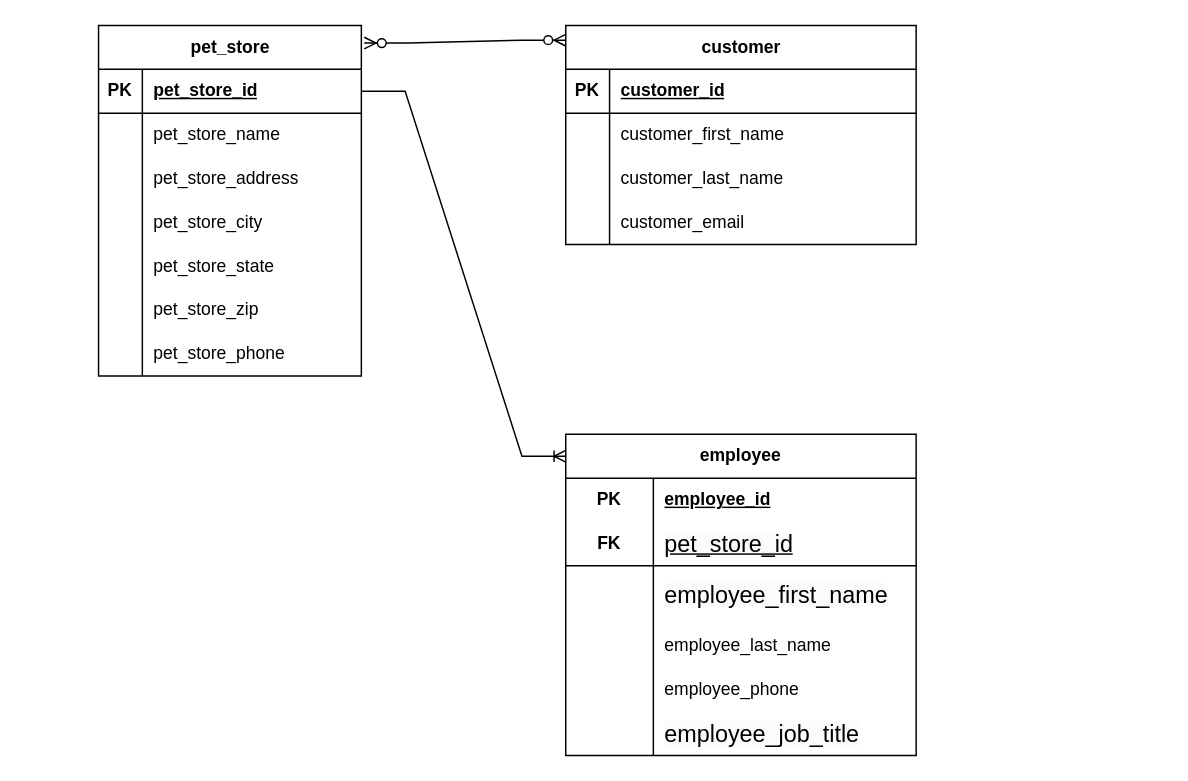
Earlier version of the draw.io diagram target/classes/Pet Store.drawio (RunningBaldMan/Pet_Store). Source tidied: cells renumbered, new cells numbered last; positions are measured from the earlier drawing's top-left corner, leaving out a move shared by most shapes. Both pictures are drawn from the tidied source at 146%, with x=0, y=0 at pixel (98, -92).
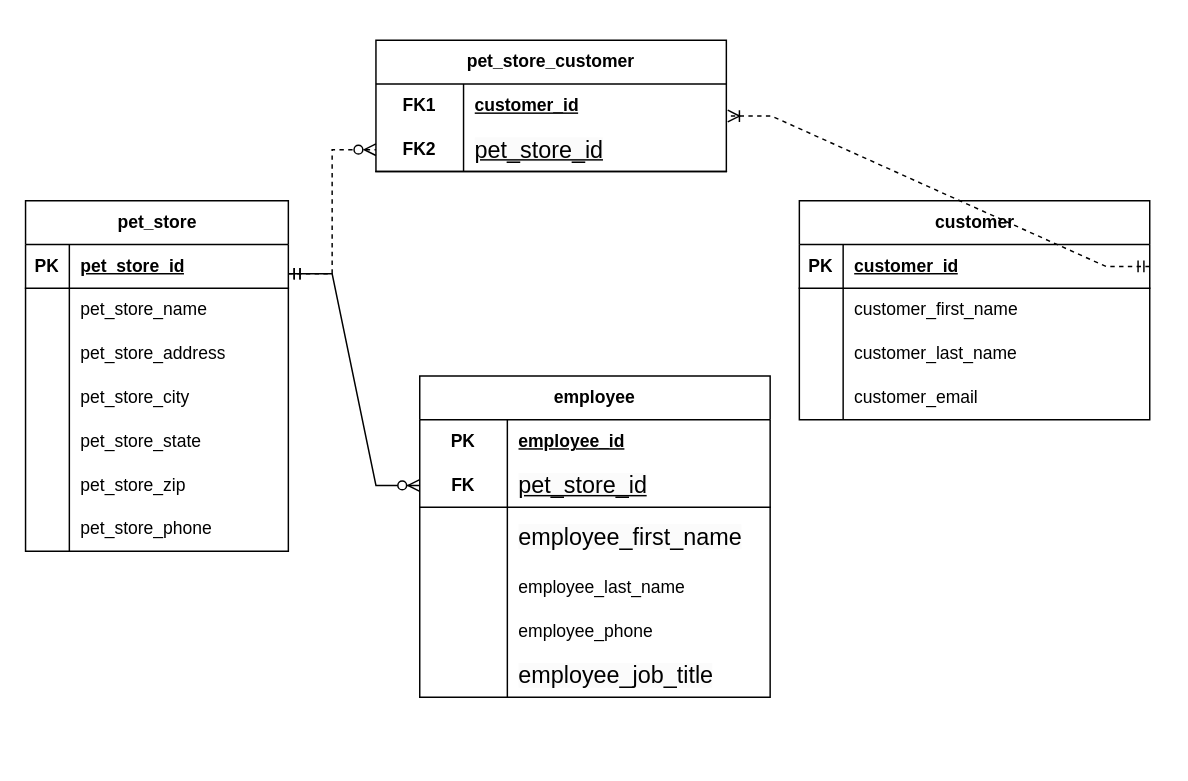
The same page after the edit.

The change refers to these unchanged cells:
```xml
<mxCell id="3" style="shape=tableRow;horizontal=0;startSize=0;swimlaneHead=0;swimlaneBody=0;fillColor=none;points=[[0,0.5],[1,0.5]];portConstraint=eastwest;top=0;left=0;right=0;bottom=1;" parent="2" vertex="1">
  <mxGeometry y="30" width="180" height="30" as="geometry" />
</mxCell>
<mxCell id="28" style="shape=tableRow;horizontal=0;startSize=0;swimlaneHead=0;swimlaneBody=0;fillColor=none;points=[[0,0.5],[1,0.5]];portConstraint=eastwest;top=0;left=0;right=0;bottom=1;html=1;" parent="24" vertex="1">
  <mxGeometry y="60" width="240" height="30" as="geometry" />
</mxCell>
<mxCell id="44" style="shape=tableRow;horizontal=0;startSize=0;swimlaneHead=0;swimlaneBody=0;fillColor=none;points=[[0,0.5],[1,0.5]];portConstraint=eastwest;top=0;left=0;right=0;bottom=1;" parent="43" vertex="1">
  <mxGeometry y="30" width="240" height="30" as="geometry" />
</mxCell>
```

Diff of the diagram source:
```diff
@@
     <mxCell id="2" value="pet_store" style="shape=table;startSize=30;childLayout=tableLayout;rowLines=0;fontStyle=1;align=center;html=1;" parent="1" vertex="1">
-      <mxGeometry y="80" width="180" height="240" as="geometry" />
+      <mxGeometry x="-50" y="200" width="180" height="240" as="geometry" />
     </mxCell>
@@
     <mxCell id="24" value="employee" style="shape=table;startSize=30;childLayout=tableLayout;rowLines=0;fontStyle=1;align=center;html=1;whiteSpace=wrap;" parent="1" vertex="1">
-      <mxGeometry x="320" y="360" width="240" height="220" as="geometry" />
+      <mxGeometry x="220" y="320" width="240" height="220" as="geometry" />
     </mxCell>
@@
     <mxCell id="43" value="customer" style="shape=table;startSize=30;childLayout=tableLayout;rowLines=0;fontStyle=1;align=center;html=1;" parent="1" vertex="1">
-      <mxGeometry x="320" y="80" width="240" height="150" as="geometry" />
+      <mxGeometry x="480" y="200" width="240" height="150" as="geometry" />
     </mxCell>
@@
-    <mxCell id="56" style="edgeStyle=entityRelationEdgeStyle;fontSize=12;html=1;endArrow=ERoneToMany;rounded=0;entryX=0;entryY=0.5;entryDx=0;entryDy=0;" parent="1" edge="1" source="3">
-      <mxGeometry relative="1" as="geometry">
-        <mxPoint x="320" y="375" as="targetPoint" />
-      </mxGeometry>
-    </mxCell>
-    <mxCell id="57" style="edgeStyle=entityRelationEdgeStyle;fontSize=12;html=1;endArrow=ERzeroToMany;endFill=1;startArrow=ERzeroToMany;rounded=0;exitX=1.011;exitY=0.05;exitDx=0;exitDy=0;exitPerimeter=0;" parent="1" edge="1" source="2">
-      <mxGeometry relative="1" as="geometry">
-        <mxPoint x="320" y="90" as="targetPoint" />
-        <Array as="points">
-          <mxPoint x="210" />
-        </Array>
-      </mxGeometry>
-    </mxCell>
+    <mxCell id="58" value="pet_store_customer" style="shape=table;startSize=30;childLayout=tableLayout;rowLines=0;fontStyle=1;align=center;html=1;whiteSpace=wrap;" parent="1" vertex="1">
+      <mxGeometry x="190" y="90" width="240" height="90" as="geometry" />
+    </mxCell>
+    <mxCell id="59" style="shape=tableRow;horizontal=0;startSize=0;swimlaneHead=0;swimlaneBody=0;fillColor=none;points=[[0,0.5],[1,0.5]];portConstraint=eastwest;top=0;left=0;right=0;bottom=0;html=1;" parent="58" vertex="1">
+      <mxGeometry y="30" width="240" height="30" as="geometry" />
+    </mxCell>
+    <mxCell id="60" value="FK1" style="shape=partialRectangle;fillColor=none;top=0;left=0;bottom=0;right=0;fontStyle=1;overflow=hidden;html=1;whiteSpace=wrap;" parent="59" vertex="1">
+      <mxGeometry width="60" height="30" as="geometry" />
+    </mxCell>
+    <mxCell id="61" value="customer_id" style="shape=partialRectangle;fillColor=none;top=0;left=0;bottom=0;right=0;align=left;spacingLeft=6;fontStyle=5;overflow=hidden;html=1;whiteSpace=wrap;" parent="59" vertex="1">
+      <mxGeometry x="60" width="180" height="30" as="geometry" />
+    </mxCell>
+    <mxCell id="62" style="shape=tableRow;horizontal=0;startSize=0;swimlaneHead=0;swimlaneBody=0;fillColor=none;points=[[0,0.5],[1,0.5]];portConstraint=eastwest;top=0;left=0;right=0;bottom=1;html=1;" parent="58" vertex="1">
+      <mxGeometry y="60" width="240" height="30" as="geometry" />
+    </mxCell>
+    <mxCell id="63" value="FK2" style="shape=partialRectangle;fillColor=none;top=0;left=0;bottom=0;right=0;fontStyle=1;overflow=hidden;html=1;whiteSpace=wrap;" parent="62" vertex="1">
+      <mxGeometry width="60" height="30" as="geometry" />
+    </mxCell>
+    <mxCell id="64" value="&lt;span style=&quot;color: rgb(0, 0, 0); font-family: Helvetica; font-size: 16px; font-style: normal; font-variant-ligatures: normal; font-variant-caps: normal; font-weight: 400; letter-spacing: normal; orphans: 2; text-align: left; text-indent: 0px; text-transform: none; widows: 2; word-spacing: 0px; -webkit-text-stroke-width: 0px; background-color: rgb(251, 251, 251); text-decoration-thickness: initial; text-decoration-style: initial; text-decoration-color: initial; float: none; display: inline !important;&quot;&gt;pet_store_id&lt;/span&gt;" style="shape=partialRectangle;fillColor=none;top=0;left=0;bottom=0;right=0;align=left;spacingLeft=6;fontStyle=5;overflow=hidden;html=1;whiteSpace=wrap;" parent="62" vertex="1">
+      <mxGeometry x="60" width="180" height="30" as="geometry" />
+    </mxCell>
+    <mxCell id="65" style="edgeStyle=entityRelationEdgeStyle;fontSize=12;html=1;endArrow=ERzeroToMany;startArrow=ERmandOne;rounded=0;entryX=0;entryY=0.5;entryDx=0;entryDy=0;dashed=1;" parent="1" edge="1" target="62">
+      <mxGeometry relative="1" as="geometry">
+        <mxPoint x="130" y="250" as="sourcePoint" />
+      </mxGeometry>
+    </mxCell>
+    <mxCell id="66" style="edgeStyle=entityRelationEdgeStyle;fontSize=12;html=1;endArrow=ERzeroToMany;startArrow=ERmandOne;rounded=0;entryX=0;entryY=0.5;entryDx=0;entryDy=0;" parent="1" edge="1" target="28">
+      <mxGeometry relative="1" as="geometry">
+        <mxPoint x="130" y="250" as="sourcePoint" />
+        <Array as="points">
+          <mxPoint x="230" y="270" />
+        </Array>
+      </mxGeometry>
+    </mxCell>
+    <mxCell id="67" style="edgeStyle=entityRelationEdgeStyle;fontSize=12;html=1;endArrow=ERoneToMany;startArrow=ERmandOne;rounded=0;entryX=1.004;entryY=0.733;entryDx=0;entryDy=0;entryPerimeter=0;exitX=1;exitY=0.5;exitDx=0;exitDy=0;dashed=1;" parent="1" edge="1" source="44" target="59">
+      <mxGeometry relative="1" as="geometry">
+        <Array as="points">
+          <mxPoint x="520" y="250" />
+          <mxPoint x="590" y="410" />
+        </Array>
+      </mxGeometry>
+    </mxCell>
```
